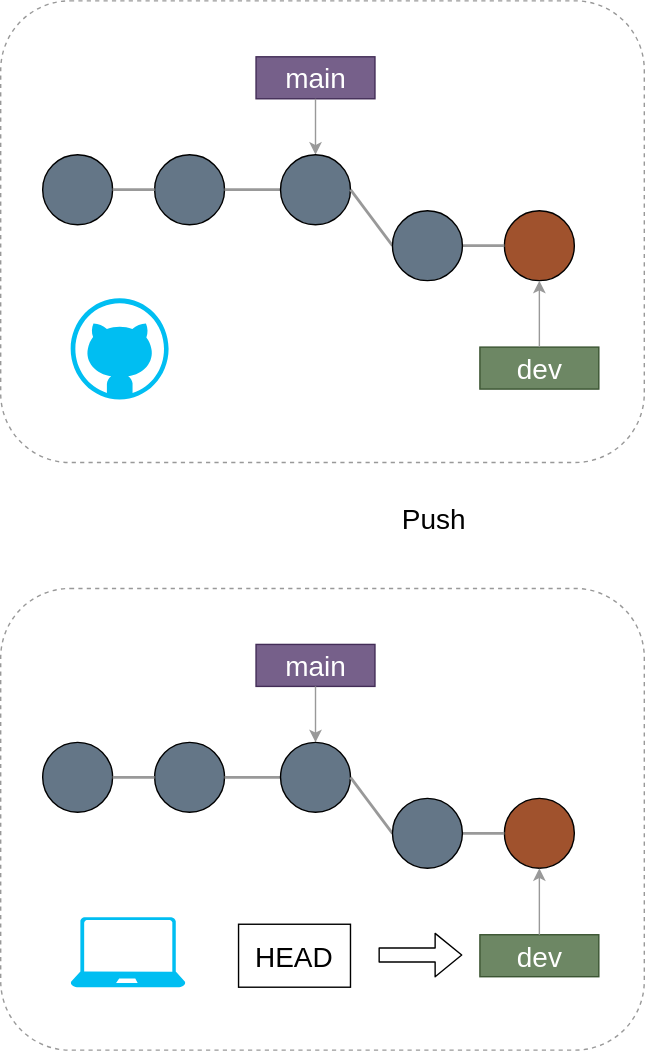
This is slidev/drawio/wf_push.svg from kazuyanagimoto/github-workshop, a draw.io export, as it was before one commit. Source tidied: cells renumbered, new cells last; positions are measured from the earlier drawing's top-left corner, leaving out a move shared by most shapes.
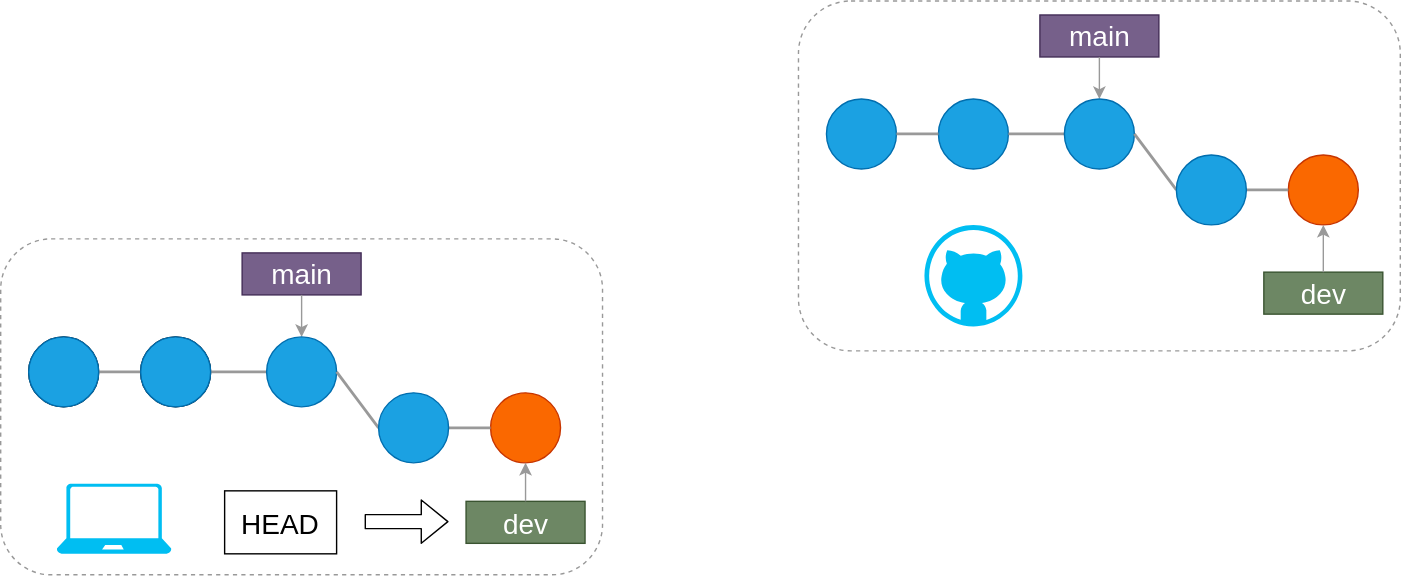
Later version of the same file.

The edit, as a diff of the source:
```diff
@@ -3,13 +3,13 @@
     <mxCell id="0" />
     <mxCell id="1" parent="0" />
     <mxCell id="2" style="ellipse;whiteSpace=wrap;html=1;fillColor=#647687;fontColor=#ffffff;strokeColor=#000000;" parent="1" vertex="1">
-      <mxGeometry x="30" y="530" width="50" height="50" as="geometry" />
+      <mxGeometry x="-540" y="280" width="50" height="50" as="geometry" />
     </mxCell>
     <mxCell id="3" style="ellipse;whiteSpace=wrap;html=1;fillColor=#647687;fontColor=#ffffff;strokeColor=#000000;" parent="1" vertex="1">
-      <mxGeometry x="110" y="530" width="50" height="50" as="geometry" />
+      <mxGeometry x="-460" y="280" width="50" height="50" as="geometry" />
     </mxCell>
-    <mxCell id="4" style="ellipse;whiteSpace=wrap;html=1;fontColor=#ffffff;strokeColor=#000000;fillColor=#A0522D;" parent="1" vertex="1">
-      <mxGeometry x="360" y="570" width="50" height="50" as="geometry" />
+    <mxCell id="4" style="ellipse;whiteSpace=wrap;html=1;fontColor=#000000;strokeColor=#C73500;fillColor=#fa6800;" parent="1" vertex="1">
+      <mxGeometry x="-210" y="320" width="50" height="50" as="geometry" />
     </mxCell>
     <mxCell id="5" style="endArrow=none;html=1;entryX=0;entryY=0.5;entryDx=0;entryDy=0;exitX=1;exitY=0.5;exitDx=0;exitDy=0;strokeColor=#999999;strokeWidth=2;" parent="1" edge="1" source="2" target="3">
       <mxGeometry relative="1" as="geometry" />
@@ -18,55 +18,55 @@
       <mxGeometry relative="1" as="geometry" />
     </mxCell>
     <mxCell id="7" style="verticalLabelPosition=bottom;html=1;verticalAlign=top;align=center;strokeColor=none;fillColor=#00BEF2;shape=mxgraph.azure.laptop;fontSize=15;" parent="1" vertex="1">
-      <mxGeometry x="50" y="655" width="82" height="50" as="geometry" />
+      <mxGeometry x="-520" y="385" width="82" height="50" as="geometry" />
     </mxCell>
     <mxCell id="8" value="main" style="rounded=1;whiteSpace=wrap;html=1;fillColor=#76608a;strokeColor=#432D57;fontColor=#ffffff;fontSize=20;arcSize=0;" parent="1" vertex="1">
-      <mxGeometry x="182.5" y="460" width="85" height="30" as="geometry" />
+      <mxGeometry x="-387.5" y="220" width="85" height="30" as="geometry" />
     </mxCell>
     <mxCell id="9" style="endArrow=classic;html=1;fontSize=20;exitX=0.5;exitY=1;exitDx=0;exitDy=0;entryX=0.5;entryY=0;entryDx=0;entryDy=0;strokeColor=#999999;" parent="1" edge="1" source="8">
       <mxGeometry relative="1" as="geometry">
-        <mxPoint x="225" y="530" as="targetPoint" />
+        <mxPoint x="-345" y="280" as="targetPoint" />
       </mxGeometry>
     </mxCell>
     <mxCell id="10" style="rounded=1;whiteSpace=wrap;html=1;fontSize=16;strokeColor=#999999;dashed=1;fillColor=none;" parent="1" vertex="1">
-      <mxGeometry y="420" width="460" height="330" as="geometry" />
+      <mxGeometry x="-560" y="210" width="430" height="240" as="geometry" />
     </mxCell>
-    <mxCell id="11" style="ellipse;whiteSpace=wrap;html=1;fillColor=#647687;fontColor=#ffffff;strokeColor=#000000;" parent="1" vertex="1">
-      <mxGeometry x="200" y="530" width="50" height="50" as="geometry" />
+    <mxCell id="11" style="ellipse;whiteSpace=wrap;html=1;fillColor=#1ba1e2;fontColor=#ffffff;strokeColor=#006EAF;" parent="1" vertex="1">
+      <mxGeometry x="-370" y="280" width="50" height="50" as="geometry" />
     </mxCell>
     <mxCell id="12" style="endArrow=none;html=1;entryX=1;entryY=0.5;entryDx=0;entryDy=0;exitX=0;exitY=0.5;exitDx=0;exitDy=0;strokeColor=#999999;strokeWidth=2;" parent="1" edge="1" source="4">
       <mxGeometry relative="1" as="geometry">
-        <mxPoint x="300" y="595" as="targetPoint" />
+        <mxPoint x="-270" y="345" as="targetPoint" />
       </mxGeometry>
     </mxCell>
     <mxCell id="13" value="dev" style="rounded=1;whiteSpace=wrap;html=1;fillColor=#6d8764;strokeColor=#3A5431;fontColor=#ffffff;fontSize=20;arcSize=0;" parent="1" vertex="1">
-      <mxGeometry x="342.5" y="667.5" width="85" height="30" as="geometry" />
+      <mxGeometry x="-227.5" y="397.5" width="85" height="30" as="geometry" />
     </mxCell>
     <mxCell id="14" style="endArrow=classic;html=1;fontSize=20;exitX=0.5;exitY=0;exitDx=0;exitDy=0;strokeColor=#999999;entryX=0.5;entryY=1;entryDx=0;entryDy=0;" parent="1" edge="1" source="13" target="4">
       <mxGeometry relative="1" as="geometry" />
     </mxCell>
     <mxCell id="15" value="HEAD" style="rounded=0;whiteSpace=wrap;html=1;fontSize=20;fillColor=none;" parent="1" vertex="1">
-      <mxGeometry x="170" y="660" width="80" height="45" as="geometry" />
+      <mxGeometry x="-400" y="390" width="80" height="45" as="geometry" />
     </mxCell>
     <mxCell id="16" style="shape=flexArrow;endArrow=classic;html=1;fontSize=20;" parent="1" edge="1">
       <mxGeometry relative="1" as="geometry">
-        <mxPoint x="270" y="682" as="sourcePoint" />
-        <mxPoint x="330" y="682" as="targetPoint" />
+        <mxPoint x="-300" y="412" as="sourcePoint" />
+        <mxPoint x="-240" y="412" as="targetPoint" />
       </mxGeometry>
     </mxCell>
     <mxCell id="17" style="endArrow=none;html=1;entryX=0;entryY=0.5;entryDx=0;entryDy=0;exitX=1;exitY=0.5;exitDx=0;exitDy=0;strokeColor=#999999;strokeWidth=2;" parent="1" edge="1" source="11" target="18">
       <mxGeometry relative="1" as="geometry" />
     </mxCell>
-    <mxCell id="18" style="ellipse;whiteSpace=wrap;html=1;fillColor=#647687;fontColor=#ffffff;strokeColor=#000000;" parent="1" vertex="1">
-      <mxGeometry x="280" y="570" width="50" height="50" as="geometry" />
+    <mxCell id="18" style="ellipse;whiteSpace=wrap;html=1;fillColor=#1ba1e2;fontColor=#ffffff;strokeColor=#006EAF;" parent="1" vertex="1">
+      <mxGeometry x="-290" y="320" width="50" height="50" as="geometry" />
     </mxCell>
-    <mxCell id="19" style="ellipse;whiteSpace=wrap;html=1;fillColor=#647687;fontColor=#ffffff;strokeColor=#000000;" parent="1" vertex="1">
+    <mxCell id="19" style="ellipse;whiteSpace=wrap;html=1;fillColor=#1ba1e2;fontColor=#ffffff;strokeColor=#006EAF;" parent="1" vertex="1">
       <mxGeometry x="30" y="110" width="50" height="50" as="geometry" />
     </mxCell>
-    <mxCell id="20" style="ellipse;whiteSpace=wrap;html=1;fillColor=#647687;fontColor=#ffffff;strokeColor=#000000;" parent="1" vertex="1">
+    <mxCell id="20" style="ellipse;whiteSpace=wrap;html=1;fillColor=#1ba1e2;fontColor=#ffffff;strokeColor=#006EAF;" parent="1" vertex="1">
       <mxGeometry x="110" y="110" width="50" height="50" as="geometry" />
     </mxCell>
-    <mxCell id="21" style="ellipse;whiteSpace=wrap;html=1;fontColor=#ffffff;strokeColor=#000000;fillColor=#A0522D;" parent="1" vertex="1">
+    <mxCell id="21" style="ellipse;whiteSpace=wrap;html=1;fontColor=#000000;strokeColor=#C73500;fillColor=#fa6800;" parent="1" vertex="1">
       <mxGeometry x="360" y="150" width="50" height="50" as="geometry" />
     </mxCell>
     <mxCell id="22" style="endArrow=none;html=1;entryX=0;entryY=0.5;entryDx=0;entryDy=0;exitX=1;exitY=0.5;exitDx=0;exitDy=0;strokeColor=#999999;strokeWidth=2;" parent="1" edge="1" source="19" target="20">
@@ -76,7 +76,7 @@
       <mxGeometry relative="1" as="geometry" />
     </mxCell>
     <mxCell id="24" value="main" style="rounded=1;whiteSpace=wrap;html=1;fillColor=#76608a;strokeColor=#432D57;fontColor=#ffffff;fontSize=20;arcSize=0;" parent="1" vertex="1">
-      <mxGeometry x="182.5" y="40" width="85" height="30" as="geometry" />
+      <mxGeometry x="182.5" y="50" width="85" height="30" as="geometry" />
     </mxCell>
     <mxCell id="25" style="endArrow=classic;html=1;fontSize=20;exitX=0.5;exitY=1;exitDx=0;exitDy=0;entryX=0.5;entryY=0;entryDx=0;entryDy=0;strokeColor=#999999;" parent="1" edge="1" source="24">
       <mxGeometry relative="1" as="geometry">
@@ -84,9 +84,9 @@
       </mxGeometry>
     </mxCell>
     <mxCell id="26" style="rounded=1;whiteSpace=wrap;html=1;fontSize=16;strokeColor=#999999;dashed=1;fillColor=none;" parent="1" vertex="1">
-      <mxGeometry width="460" height="330" as="geometry" />
+      <mxGeometry x="10" y="40" width="430" height="250" as="geometry" />
     </mxCell>
-    <mxCell id="27" style="ellipse;whiteSpace=wrap;html=1;fillColor=#647687;fontColor=#ffffff;strokeColor=#000000;" parent="1" vertex="1">
+    <mxCell id="27" style="ellipse;whiteSpace=wrap;html=1;fillColor=#1ba1e2;fontColor=#ffffff;strokeColor=#006EAF;" parent="1" vertex="1">
       <mxGeometry x="200" y="110" width="50" height="50" as="geometry" />
     </mxCell>
     <mxCell id="28" style="endArrow=none;html=1;entryX=1;entryY=0.5;entryDx=0;entryDy=0;exitX=0;exitY=0.5;exitDx=0;exitDy=0;strokeColor=#999999;strokeWidth=2;" parent="1" edge="1" source="21">
@@ -95,7 +95,7 @@
       </mxGeometry>
     </mxCell>
     <mxCell id="29" value="dev" style="rounded=1;whiteSpace=wrap;html=1;fillColor=#6d8764;strokeColor=#3A5431;fontColor=#ffffff;fontSize=20;arcSize=0;" parent="1" vertex="1">
-      <mxGeometry x="342.5" y="247.5" width="85" height="30" as="geometry" />
+      <mxGeometry x="342.5" y="233.8" width="85" height="30" as="geometry" />
     </mxCell>
     <mxCell id="30" style="endArrow=classic;html=1;fontSize=20;exitX=0.5;exitY=0;exitDx=0;exitDy=0;strokeColor=#999999;entryX=0.5;entryY=1;entryDx=0;entryDy=0;" parent="1" edge="1" source="29" target="21">
       <mxGeometry relative="1" as="geometry" />
@@ -103,20 +103,29 @@
     <mxCell id="31" style="endArrow=none;html=1;entryX=0;entryY=0.5;entryDx=0;entryDy=0;exitX=1;exitY=0.5;exitDx=0;exitDy=0;strokeColor=#999999;strokeWidth=2;" parent="1" edge="1" source="27" target="32">
       <mxGeometry relative="1" as="geometry" />
     </mxCell>
-    <mxCell id="32" style="ellipse;whiteSpace=wrap;html=1;fillColor=#647687;fontColor=#ffffff;strokeColor=#000000;" parent="1" vertex="1">
+    <mxCell id="32" style="ellipse;whiteSpace=wrap;html=1;fillColor=#1ba1e2;fontColor=#ffffff;strokeColor=#006EAF;" parent="1" vertex="1">
       <mxGeometry x="280" y="150" width="50" height="50" as="geometry" />
     </mxCell>
-    <mxCell id="33" style="shape=flexArrow;endArrow=classic;html=1;fontSize=20;fontColor=none;strokeColor=#FFFFFF;endWidth=60;endSize=10.93;width=34;" parent="1" edge="1">
+    <mxCell id="33" style="shape=flexArrow;endArrow=classic;html=1;fontSize=20;fontColor=none;strokeColor=#FFFFFF;endWidth=60;endSize=12.26;width=22;strokeWidth=2;" parent="1" edge="1">
       <mxGeometry relative="1" as="geometry">
-        <mxPoint x="220" y="390" as="sourcePoint" />
-        <mxPoint x="220" y="340" as="targetPoint" />
+        <mxPoint x="-87.5" y="250" as="sourcePoint" />
+        <mxPoint x="-20" y="200" as="targetPoint" />
       </mxGeometry>
     </mxCell>
-    <mxCell id="34" value="Push" style="text;html=1;strokeColor=none;fillColor=none;align=center;verticalAlign=middle;whiteSpace=wrap;rounded=0;fontSize=20;" parent="1" vertex="1">
-      <mxGeometry x="290" y="360" width="40" height="20" as="geometry" />
+    <mxCell id="34" value="Push" style="text;html=1;strokeColor=none;fillColor=none;align=center;verticalAlign=middle;whiteSpace=wrap;rounded=0;fontSize=20;fontColor=#FFFFFF;" parent="1" vertex="1">
+      <mxGeometry x="-80" y="150" width="40" height="20" as="geometry" />
     </mxCell>
     <mxCell id="35" style="verticalLabelPosition=bottom;html=1;verticalAlign=top;align=center;strokeColor=none;fillColor=#00BEF2;shape=mxgraph.azure.github_code;fontSize=20;fontColor=#f0f0f0;" parent="1" vertex="1">
-      <mxGeometry x="50" y="212.5" width="70" height="72.5" as="geometry" />
+      <mxGeometry x="100" y="200" width="70" height="72.5" as="geometry" />
     </mxCell>
+    <mxCell id="36" style="ellipse;whiteSpace=wrap;html=1;fillColor=#1ba1e2;fontColor=#ffffff;strokeColor=#006EAF;" parent="1" vertex="1">
+      <mxGeometry x="-540" y="280" width="50" height="50" as="geometry" />
+    </mxCell>
+    <mxCell id="37" style="ellipse;whiteSpace=wrap;html=1;fillColor=#1ba1e2;fontColor=#ffffff;strokeColor=#006EAF;" parent="1" vertex="1">
+      <mxGeometry x="-460" y="280" width="50" height="50" as="geometry" />
+    </mxCell>
+    <mxCell id="38" style="edgeStyle=orthogonalEdgeStyle;rounded=0;orthogonalLoop=1;jettySize=auto;html=1;exitX=0.5;exitY=1;exitDx=0;exitDy=0;" parent="1" edge="1" source="10" target="10">
+      <mxGeometry relative="1" as="geometry" />
+    </mxCell>
   </root>
 </mxGraphModel>
```
